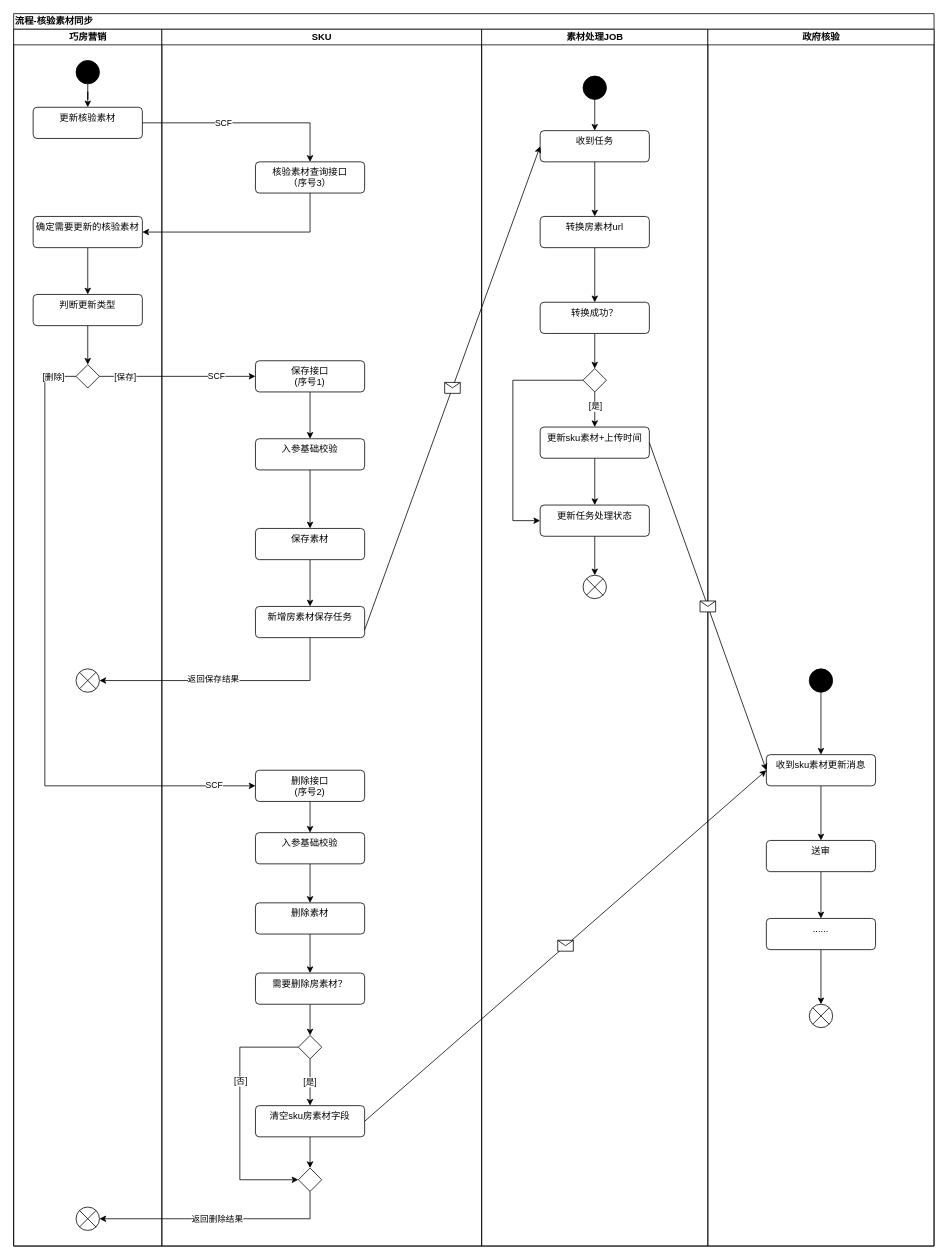
Earlier version of the draw.io diagram page "流程-巧房核验素材推送" (3 of 6) of 设计文档/政府核验sku化.drawio (guyukou/drawio). Source tidied: cells renumbered, new cells numbered last; positions are measured from the earlier drawing's top-left corner, leaving out a move shared by most shapes. Both pictures are drawn from the tidied source at 78%, with x=0, y=0 at pixel (13, 13).
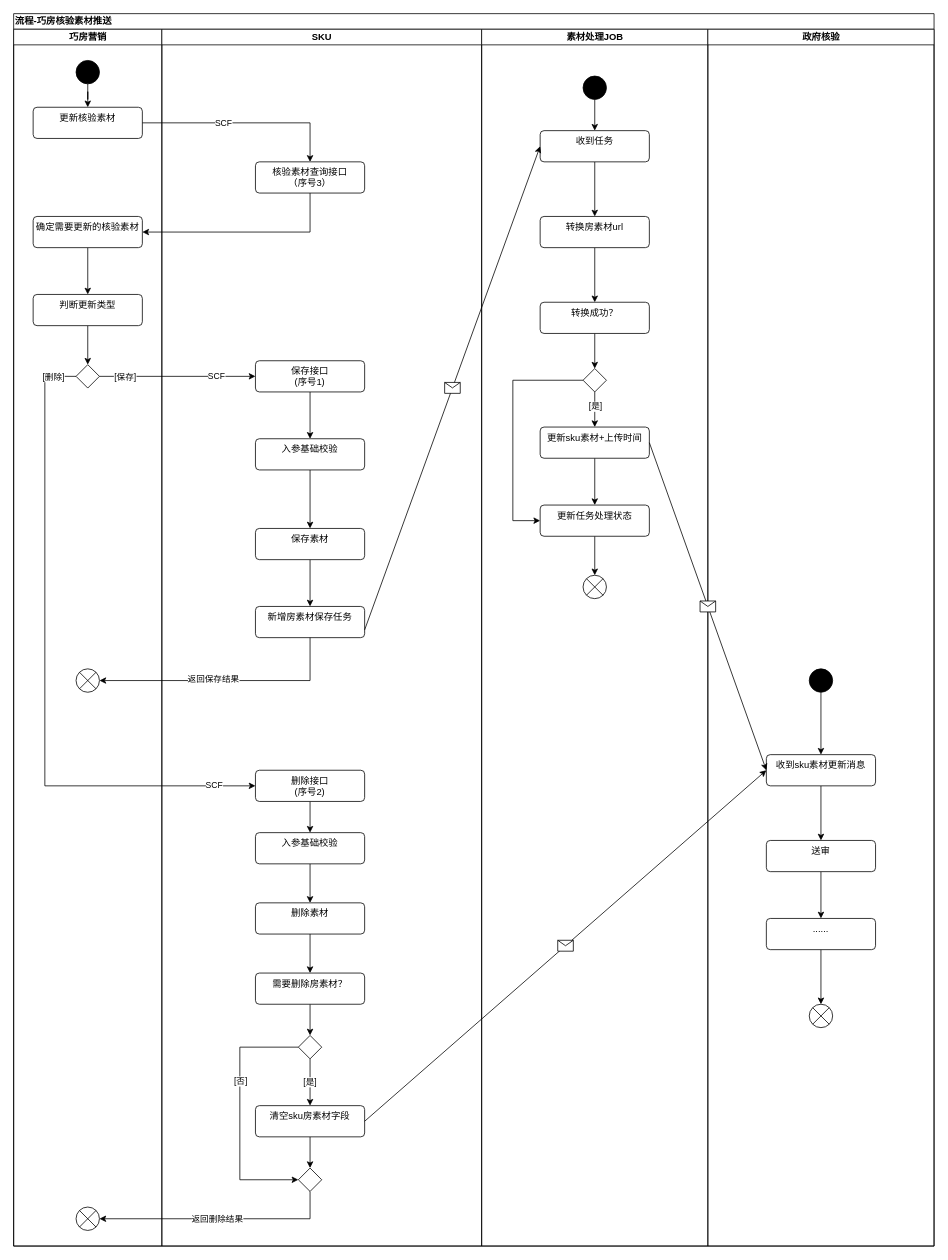
The same diagram, later.

Commit message (it also covers changes not shown here):
更新政府核验sku化.drawio

The edit, as a diff of the source:
```diff
@@
-    <mxCell id="2" value="流程-核验素材同步" style="swimlane;startSize=20;html=1;align=left;" parent="1" vertex="1">
+    <mxCell id="2" value="流程-巧房核验素材推送" style="swimlane;startSize=20;html=1;align=left;" parent="1" vertex="1">
       <mxGeometry width="1180" height="1580" as="geometry" />
     </mxCell>
```
